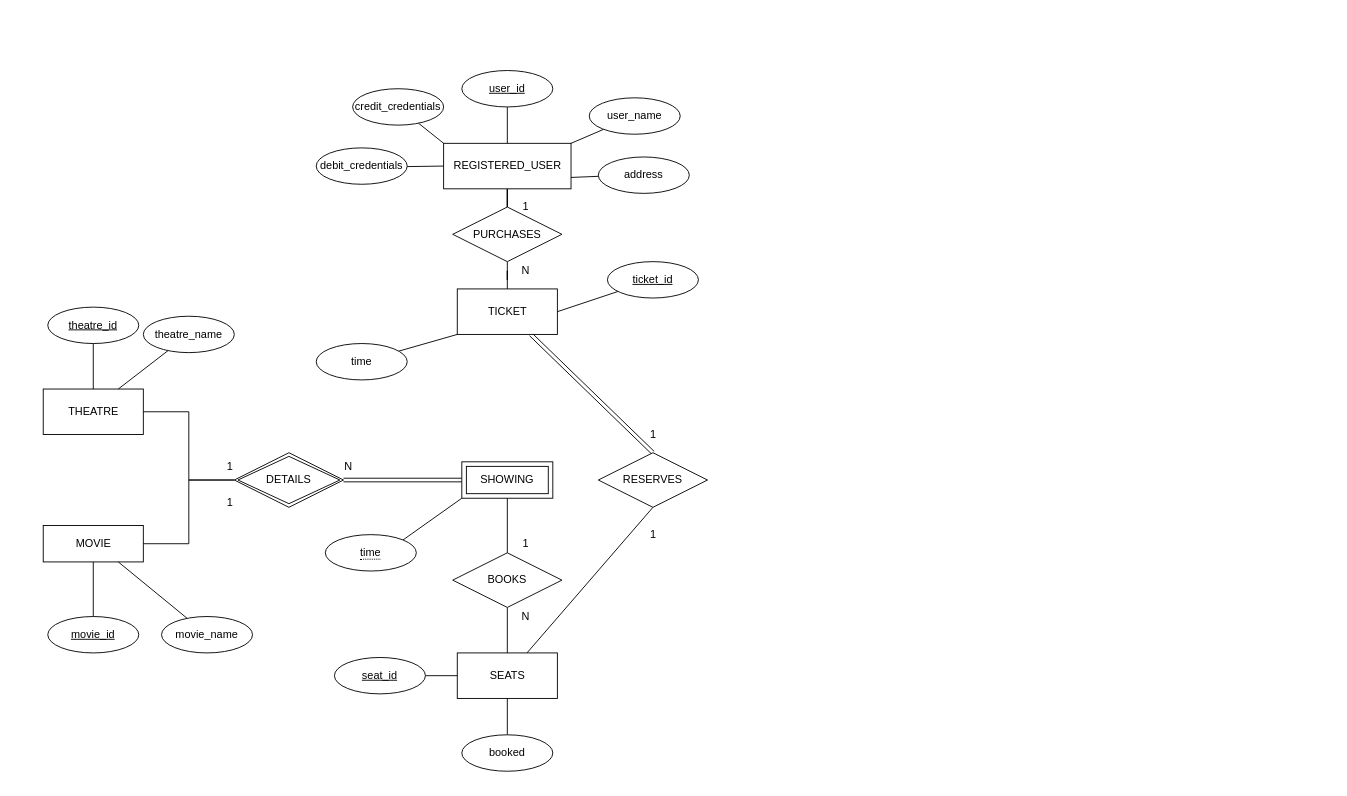
This is DesignDocuments/Diagrams/DatabaseDiagrams/EER_Theatre_Database.drawio from folkg/movie-ticket-reservation-app, a draw.io file, before an edit. Source tidied: cells renumbered, new cells numbered last; positions are measured from the earlier drawing's top-left corner, leaving out a move shared by most shapes. Both pictures are drawn from the tidied source at 91%, with x=0, y=0 at pixel (43, 70).
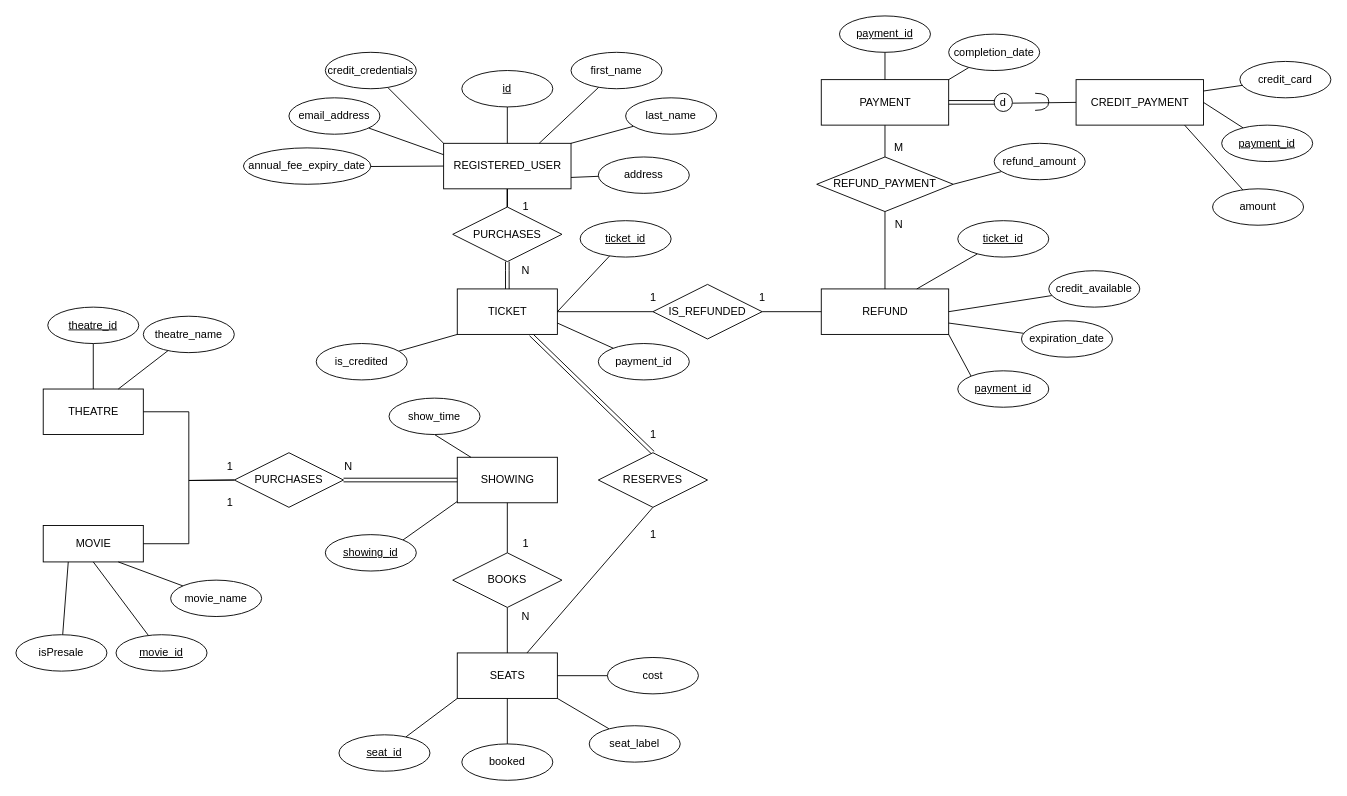
The same page after the edit.

Commit message:
Updated EER Diagram

The change refers to these unchanged cells:
```xml
<mxCell id="3" value="REGISTERED_USER" style="html=1;" parent="1" vertex="1">
  <mxGeometry x="440" y="80" width="140" height="50" as="geometry" />
</mxCell>
<mxCell id="5" value="TICKET" style="html=1;" parent="1" vertex="1">
  <mxGeometry x="455" y="240" width="110" height="50" as="geometry" />
</mxCell>
<mxCell id="7" value="PURCHASES" style="shape=rhombus;perimeter=rhombusPerimeter;whiteSpace=wrap;html=1;align=center;" parent="1" vertex="1">
  <mxGeometry x="450" y="150" width="120" height="60" as="geometry" />
</mxCell>
<mxCell id="8" value="MOVIE" style="html=1;" parent="1" vertex="1">
  <mxGeometry y="500" width="110" height="40" as="geometry" />
</mxCell>
<mxCell id="9" value="THEATRE" style="html=1;" parent="1" vertex="1">
  <mxGeometry y="350" width="110" height="50" as="geometry" />
</mxCell>
<mxCell id="45" value="SEATS" style="html=1;" parent="1" vertex="1">
  <mxGeometry x="455" y="640" width="110" height="50" as="geometry" />
</mxCell>
<mxCell id="47" value="BOOKS" style="shape=rhombus;perimeter=rhombusPerimeter;whiteSpace=wrap;html=1;align=center;" parent="1" vertex="1">
  <mxGeometry x="450" y="530" width="120" height="60" as="geometry" />
</mxCell>
```

Diff of the diagram source:
```diff
@@
-    <mxCell id="6" style="edgeStyle=orthogonalEdgeStyle;rounded=0;jettySize=auto;html=1;entryX=0.5;entryY=0;entryDx=0;entryDy=0;endArrow=none;endFill=0;" parent="1" edge="1" source="7" target="5">
+    <mxCell id="6" style="edgeStyle=orthogonalEdgeStyle;rounded=0;jettySize=auto;html=1;entryX=0.5;entryY=0;entryDx=0;entryDy=0;endArrow=none;endFill=0;shape=link;" parent="1" edge="1" source="7" target="5">
       <mxGeometry relative="1" as="geometry" />
     </mxCell>
@@
-    <mxCell id="10" style="edgeStyle=orthogonalEdgeStyle;rounded=0;jettySize=auto;html=1;entryX=1;entryY=0.5;entryDx=0;entryDy=0;endArrow=none;endFill=0;exitX=0;exitY=0.5;exitDx=0;exitDy=0;" parent="1" edge="1" source="21" target="8">
-      <mxGeometry relative="1" as="geometry" />
+    <mxCell id="10" style="edgeStyle=orthogonalEdgeStyle;rounded=0;jettySize=auto;html=1;entryX=1;entryY=0.5;entryDx=0;entryDy=0;endArrow=none;endFill=0;exitX=0;exitY=0.5;exitDx=0;exitDy=0;" parent="1" edge="1" target="8">
+      <mxGeometry relative="1" as="geometry">
+        <mxPoint x="210" y="450" as="sourcePoint" />
+      </mxGeometry>
     </mxCell>
-    <mxCell id="11" style="edgeStyle=orthogonalEdgeStyle;rounded=0;jettySize=auto;html=1;entryX=1;entryY=0.5;entryDx=0;entryDy=0;endArrow=none;endFill=0;exitX=0;exitY=0.5;exitDx=0;exitDy=0;" parent="1" edge="1" source="21" target="9">
-      <mxGeometry relative="1" as="geometry" />
+    <mxCell id="11" style="edgeStyle=orthogonalEdgeStyle;rounded=0;jettySize=auto;html=1;entryX=1;entryY=0.5;entryDx=0;entryDy=0;endArrow=none;endFill=0;exitX=0;exitY=0.5;exitDx=0;exitDy=0;" parent="1" edge="1" target="9">
+      <mxGeometry relative="1" as="geometry">
+        <mxPoint x="210" y="450" as="sourcePoint" />
+      </mxGeometry>
     </mxCell>
-    <mxCell id="12" style="edgeStyle=none;rounded=0;jettySize=auto;html=1;entryX=1;entryY=0;entryDx=0;entryDy=0;endArrow=none;endFill=0;exitX=0;exitY=1;exitDx=0;exitDy=0;" parent="1" edge="1" source="22" target="43">
-      <mxGeometry relative="1" as="geometry" />
+    <mxCell id="12" style="edgeStyle=none;rounded=0;jettySize=auto;html=1;entryX=1;entryY=0;entryDx=0;entryDy=0;endArrow=none;endFill=0;exitX=0;exitY=1;exitDx=0;exitDy=0;" parent="1" edge="1" target="43">
+      <mxGeometry relative="1" as="geometry">
+        <mxPoint x="460" y="470" as="sourcePoint" />
+      </mxGeometry>
     </mxCell>
-    <mxCell id="13" style="edgeStyle=none;rounded=0;jettySize=auto;html=1;endArrow=none;endFill=0;entryX=1;entryY=0.5;entryDx=0;entryDy=0;exitX=0;exitY=0.5;exitDx=0;exitDy=0;shape=link;" parent="1" edge="1" source="22" target="21">
-      <mxGeometry relative="1" as="geometry" />
+    <mxCell id="13" style="edgeStyle=none;rounded=0;orthogonalLoop=1;jettySize=auto;html=1;endArrow=none;endFill=0;entryX=1;entryY=0.5;entryDx=0;entryDy=0;exitX=0;exitY=0.5;exitDx=0;exitDy=0;shape=link;" parent="1" edge="1">
+      <mxGeometry relative="1" as="geometry">
+        <mxPoint x="460" y="450" as="sourcePoint" />
+        <mxPoint x="330" y="450" as="targetPoint" />
+      </mxGeometry>
     </mxCell>
@@
-    <mxCell id="15" value="time" style="ellipse;whiteSpace=wrap;html=1;align=center;" parent="1" vertex="1">
+    <mxCell id="15" value="is_credited" style="ellipse;whiteSpace=wrap;html=1;align=center;" parent="1" vertex="1">
       <mxGeometry x="300" y="300" width="100" height="40" as="geometry" />
     </mxCell>
@@
-    <mxCell id="21" value="DETAILS" style="shape=rhombus;double=1;perimeter=rhombusPerimeter;whiteSpace=wrap;html=1;align=center;" parent="1" vertex="1">
-      <mxGeometry x="210" y="420" width="120" height="60" as="geometry" />
-    </mxCell>
-    <mxCell id="22" value="SHOWING" style="shape=ext;margin=3;double=1;whiteSpace=wrap;html=1;align=center;" parent="1" vertex="1">
-      <mxGeometry x="460" y="430" width="100" height="40" as="geometry" />
-    </mxCell>
@@
     <mxCell id="24" value="&lt;u&gt;ticket_id&lt;/u&gt;" style="ellipse;whiteSpace=wrap;html=1;align=center;" parent="1" vertex="1">
-      <mxGeometry x="620" y="210" width="100" height="40" as="geometry" />
+      <mxGeometry x="590" y="165" width="100" height="40" as="geometry" />
     </mxCell>
@@
-    <mxCell id="26" value="user_name" style="ellipse;whiteSpace=wrap;html=1;align=center;" parent="1" vertex="1">
-      <mxGeometry x="600" y="30" width="100" height="40" as="geometry" />
+    <mxCell id="26" value="last_name" style="ellipse;whiteSpace=wrap;html=1;align=center;" parent="1" vertex="1">
+      <mxGeometry x="640" y="30" width="100" height="40" as="geometry" />
     </mxCell>
@@
     <mxCell id="32" value="movie_name" style="ellipse;whiteSpace=wrap;html=1;align=center;" parent="1" vertex="1">
-      <mxGeometry x="130" y="600" width="100" height="40" as="geometry" />
+      <mxGeometry x="140" y="560" width="100" height="40" as="geometry" />
     </mxCell>
@@
     <mxCell id="34" value="&lt;u&gt;movie_id&lt;/u&gt;" style="ellipse;whiteSpace=wrap;html=1;align=center;" parent="1" vertex="1">
-      <mxGeometry x="5" y="600" width="100" height="40" as="geometry" />
+      <mxGeometry x="80" y="620" width="100" height="40" as="geometry" />
     </mxCell>
@@
-    <mxCell id="36" value="&lt;u&gt;user_id&lt;/u&gt;" style="ellipse;whiteSpace=wrap;html=1;align=center;" parent="1" vertex="1">
+    <mxCell id="36" value="&lt;u&gt;id&lt;/u&gt;" style="ellipse;whiteSpace=wrap;html=1;align=center;" parent="1" vertex="1">
       <mxGeometry x="460" width="100" height="40" as="geometry" />
     </mxCell>
@@
     <mxCell id="40" value="credit_credentials" style="ellipse;whiteSpace=wrap;html=1;align=center;" parent="1" vertex="1">
-      <mxGeometry x="340" y="20" width="100" height="40" as="geometry" />
+      <mxGeometry x="310" y="-20" width="100" height="40" as="geometry" />
     </mxCell>
@@
-    <mxCell id="42" value="debit_credentials" style="ellipse;whiteSpace=wrap;html=1;align=center;" parent="1" vertex="1">
-      <mxGeometry x="300" y="85" width="100" height="40" as="geometry" />
+    <mxCell id="42" value="annual_fee_expiry_date" style="ellipse;whiteSpace=wrap;html=1;align=center;" parent="1" vertex="1">
+      <mxGeometry x="220" y="85" width="140" height="40" as="geometry" />
     </mxCell>
-    <mxCell id="43" value="&lt;span style=&quot;border-bottom: 1px dotted&quot;&gt;time&lt;/span&gt;" style="ellipse;whiteSpace=wrap;html=1;align=center;" parent="1" vertex="1">
+    <mxCell id="43" value="&lt;u&gt;showing_id&lt;/u&gt;" style="ellipse;whiteSpace=wrap;html=1;align=center;" parent="1" vertex="1">
       <mxGeometry x="310" y="510" width="100" height="40" as="geometry" />
     </mxCell>
@@
-    <mxCell id="48" style="edgeStyle=none;rounded=0;jettySize=auto;html=1;entryX=0.5;entryY=1;entryDx=0;entryDy=0;endArrow=none;endFill=0;exitX=0.5;exitY=0;exitDx=0;exitDy=0;" parent="1" edge="1" source="47" target="22">
-      <mxGeometry relative="1" as="geometry" />
+    <mxCell id="48" style="edgeStyle=none;rounded=0;jettySize=auto;html=1;entryX=0.5;entryY=1;entryDx=0;entryDy=0;endArrow=none;endFill=0;exitX=0.5;exitY=0;exitDx=0;exitDy=0;" parent="1" edge="1" source="47">
+      <mxGeometry relative="1" as="geometry">
+        <mxPoint x="510" y="470" as="targetPoint" />
+      </mxGeometry>
     </mxCell>
-    <mxCell id="49" style="edgeStyle=none;html=1;entryX=0;entryY=0.5;entryDx=0;entryDy=0;endArrow=none;endFill=0;" parent="1" edge="1" source="50" target="45">
+    <mxCell id="49" style="edgeStyle=none;html=1;entryX=0;entryY=1;entryDx=0;entryDy=0;endArrow=none;endFill=0;" parent="1" edge="1" source="50" target="45">
       <mxGeometry relative="1" as="geometry" />
     </mxCell>
     <mxCell id="50" value="&lt;u&gt;seat_id&lt;/u&gt;" style="ellipse;whiteSpace=wrap;html=1;align=center;" parent="1" vertex="1">
-      <mxGeometry x="320" y="645" width="100" height="40" as="geometry" />
+      <mxGeometry x="325" y="730" width="100" height="40" as="geometry" />
     </mxCell>
@@
     <mxCell id="52" value="booked" style="ellipse;whiteSpace=wrap;html=1;align=center;" parent="1" vertex="1">
-      <mxGeometry x="460" y="730" width="100" height="40" as="geometry" />
+      <mxGeometry x="460" y="740" width="100" height="40" as="geometry" />
     </mxCell>
@@
+    <mxCell id="58" style="edgeStyle=none;html=1;entryX=0.25;entryY=1;entryDx=0;entryDy=0;endArrow=none;endFill=0;" parent="1" edge="1" source="59" target="8">
+      <mxGeometry relative="1" as="geometry" />
+    </mxCell>
+    <mxCell id="59" value="isPresale" style="ellipse;whiteSpace=wrap;html=1;align=center;" parent="1" vertex="1">
+      <mxGeometry x="-30" y="620" width="100" height="40" as="geometry" />
+    </mxCell>
+    <mxCell id="60" style="edgeStyle=none;html=1;entryX=0.75;entryY=0;entryDx=0;entryDy=0;endArrow=none;endFill=0;" parent="1" edge="1" source="61" target="3">
+      <mxGeometry relative="1" as="geometry" />
+    </mxCell>
+    <mxCell id="61" value="first_name" style="ellipse;whiteSpace=wrap;html=1;align=center;" parent="1" vertex="1">
+      <mxGeometry x="580" y="-20" width="100" height="40" as="geometry" />
+    </mxCell>
+    <mxCell id="62" style="edgeStyle=none;html=1;entryX=0;entryY=0.25;entryDx=0;entryDy=0;endArrow=none;endFill=0;" parent="1" edge="1" source="63" target="3">
+      <mxGeometry relative="1" as="geometry" />
+    </mxCell>
+    <mxCell id="63" value="email_address" style="ellipse;whiteSpace=wrap;html=1;align=center;" parent="1" vertex="1">
+      <mxGeometry x="270" y="30" width="100" height="40" as="geometry" />
+    </mxCell>
+    <mxCell id="64" value="PURCHASES" style="shape=rhombus;perimeter=rhombusPerimeter;whiteSpace=wrap;html=1;align=center;" parent="1" vertex="1">
+      <mxGeometry x="210" y="420" width="120" height="60" as="geometry" />
+    </mxCell>
+    <mxCell id="22" value="SHOWING" style="html=1;" parent="1" vertex="1">
+      <mxGeometry x="455" y="425" width="110" height="50" as="geometry" />
+    </mxCell>
+    <mxCell id="65" style="edgeStyle=none;html=1;exitX=0.5;exitY=1;exitDx=0;exitDy=0;endArrow=none;endFill=0;" parent="1" edge="1" source="66" target="22">
+      <mxGeometry relative="1" as="geometry" />
+    </mxCell>
+    <mxCell id="66" value="show_time" style="ellipse;whiteSpace=wrap;html=1;align=center;" parent="1" vertex="1">
+      <mxGeometry x="380" y="360" width="100" height="40" as="geometry" />
+    </mxCell>
+    <mxCell id="67" style="edgeStyle=none;html=1;entryX=1;entryY=1;entryDx=0;entryDy=0;endArrow=none;endFill=0;" parent="1" edge="1" source="68" target="45">
+      <mxGeometry relative="1" as="geometry" />
+    </mxCell>
+    <mxCell id="68" value="seat_label" style="ellipse;whiteSpace=wrap;html=1;align=center;" parent="1" vertex="1">
+      <mxGeometry x="600" y="720" width="100" height="40" as="geometry" />
+    </mxCell>
+    <mxCell id="69" style="edgeStyle=none;html=1;entryX=1;entryY=0.5;entryDx=0;entryDy=0;endArrow=none;endFill=0;" parent="1" edge="1" source="70" target="45">
+      <mxGeometry relative="1" as="geometry" />
+    </mxCell>
+    <mxCell id="70" value="cost" style="ellipse;whiteSpace=wrap;html=1;align=center;" parent="1" vertex="1">
+      <mxGeometry x="620" y="645" width="100" height="40" as="geometry" />
+    </mxCell>
+    <mxCell id="71" style="edgeStyle=none;html=1;entryX=1;entryY=0.75;entryDx=0;entryDy=0;endArrow=none;endFill=0;" parent="1" edge="1" source="72" target="5">
+      <mxGeometry relative="1" as="geometry" />
+    </mxCell>
+    <mxCell id="72" value="payment_id" style="ellipse;whiteSpace=wrap;html=1;align=center;" parent="1" vertex="1">
+      <mxGeometry x="610" y="300" width="100" height="40" as="geometry" />
+    </mxCell>
+    <mxCell id="73" style="edgeStyle=none;html=1;entryX=0.5;entryY=0;entryDx=0;entryDy=0;endArrow=none;endFill=0;" parent="1" edge="1" source="74" target="91">
+      <mxGeometry relative="1" as="geometry" />
+    </mxCell>
+    <mxCell id="74" value="PAYMENT" style="html=1;" parent="1" vertex="1">
+      <mxGeometry x="855" y="10" width="140" height="50" as="geometry" />
+    </mxCell>
+    <mxCell id="75" value="REFUND" style="html=1;" parent="1" vertex="1">
+      <mxGeometry x="855" y="240" width="140" height="50" as="geometry" />
+    </mxCell>
+    <mxCell id="76" style="edgeStyle=none;html=1;endArrow=none;endFill=0;entryX=0;entryY=0;entryDx=0;entryDy=0;exitX=1;exitY=1;exitDx=0;exitDy=0;" parent="1" edge="1" source="75" target="87">
+      <mxGeometry relative="1" as="geometry" />
+    </mxCell>
+    <mxCell id="77" style="edgeStyle=none;html=1;entryX=0.5;entryY=0;entryDx=0;entryDy=0;endArrow=none;endFill=0;" parent="1" edge="1" source="78" target="74">
+      <mxGeometry relative="1" as="geometry" />
+    </mxCell>
+    <mxCell id="78" value="&lt;u&gt;payment_id&lt;/u&gt;" style="ellipse;whiteSpace=wrap;html=1;align=center;" parent="1" vertex="1">
+      <mxGeometry x="875" y="-60" width="100" height="40" as="geometry" />
+    </mxCell>
+    <mxCell id="79" style="edgeStyle=none;html=1;entryX=1;entryY=0;entryDx=0;entryDy=0;endArrow=none;endFill=0;" parent="1" edge="1" source="80" target="74">
+      <mxGeometry relative="1" as="geometry" />
+    </mxCell>
+    <mxCell id="80" value="completion_date" style="ellipse;whiteSpace=wrap;html=1;align=center;" parent="1" vertex="1">
+      <mxGeometry x="995" y="-40" width="100" height="40" as="geometry" />
+    </mxCell>
+    <mxCell id="81" style="edgeStyle=none;html=1;entryX=0.75;entryY=0;entryDx=0;entryDy=0;endArrow=none;endFill=0;" parent="1" edge="1" source="82" target="75">
+      <mxGeometry relative="1" as="geometry" />
+    </mxCell>
+    <mxCell id="82" value="&lt;u&gt;ticket_id&lt;/u&gt;" style="ellipse;whiteSpace=wrap;html=1;align=center;" parent="1" vertex="1">
+      <mxGeometry x="1005" y="165" width="100" height="40" as="geometry" />
+    </mxCell>
+    <mxCell id="83" style="edgeStyle=none;html=1;entryX=1;entryY=0.5;entryDx=0;entryDy=0;endArrow=none;endFill=0;" parent="1" edge="1" source="84" target="75">
+      <mxGeometry relative="1" as="geometry" />
+    </mxCell>
+    <mxCell id="84" value="credit_available" style="ellipse;whiteSpace=wrap;html=1;align=center;" parent="1" vertex="1">
+      <mxGeometry x="1105" y="220" width="100" height="40" as="geometry" />
+    </mxCell>
+    <mxCell id="85" style="edgeStyle=none;html=1;entryX=1;entryY=0.75;entryDx=0;entryDy=0;endArrow=none;endFill=0;" parent="1" edge="1" source="86" target="75">
+      <mxGeometry relative="1" as="geometry" />
+    </mxCell>
+    <mxCell id="86" value="expiration_date" style="ellipse;whiteSpace=wrap;html=1;align=center;" parent="1" vertex="1">
+      <mxGeometry x="1075" y="275" width="100" height="40" as="geometry" />
+    </mxCell>
+    <mxCell id="87" value="&lt;u&gt;payment_id&lt;/u&gt;" style="ellipse;whiteSpace=wrap;html=1;align=center;" parent="1" vertex="1">
+      <mxGeometry x="1005" y="330" width="100" height="40" as="geometry" />
+    </mxCell>
+    <mxCell id="88" style="edgeStyle=none;html=1;endArrow=none;endFill=0;entryX=1;entryY=0.5;entryDx=0;entryDy=0;" parent="1" edge="1" source="89" target="91">
+      <mxGeometry relative="1" as="geometry" />
+    </mxCell>
+    <mxCell id="89" value="refund_amount" style="ellipse;whiteSpace=wrap;html=1;align=center;" parent="1" vertex="1">
+      <mxGeometry x="1045" y="80" width="100" height="40" as="geometry" />
+    </mxCell>
+    <mxCell id="90" style="edgeStyle=none;html=1;endArrow=none;endFill=0;" parent="1" edge="1" source="91" target="75">
+      <mxGeometry relative="1" as="geometry" />
+    </mxCell>
+    <mxCell id="91" value="REFUND_PAYMENT" style="shape=rhombus;perimeter=rhombusPerimeter;whiteSpace=wrap;html=1;align=center;" parent="1" vertex="1">
+      <mxGeometry x="850" y="95" width="150" height="60" as="geometry" />
+    </mxCell>
+    <mxCell id="92" value="M" style="text;html=1;align=center;verticalAlign=middle;strokeColor=none;fillColor=none;" parent="1" vertex="1">
+      <mxGeometry x="925" y="75" width="30" height="20" as="geometry" />
+    </mxCell>
+    <mxCell id="93" value="N" style="text;html=1;align=center;verticalAlign=middle;strokeColor=none;fillColor=none;" parent="1" vertex="1">
+      <mxGeometry x="930" y="160" width="20" height="20" as="geometry" />
+    </mxCell>
+    <mxCell id="94" value="CREDIT_PAYMENT" style="html=1;" parent="1" vertex="1">
+      <mxGeometry x="1135" y="10" width="140" height="50" as="geometry" />
+    </mxCell>
+    <mxCell id="95" style="edgeStyle=none;html=1;entryX=1;entryY=0.5;entryDx=0;entryDy=0;endArrow=none;endFill=0;" parent="1" edge="1" source="96" target="94">
+      <mxGeometry relative="1" as="geometry" />
+    </mxCell>
+    <mxCell id="96" value="&lt;u&gt;payment_id&lt;/u&gt;" style="ellipse;whiteSpace=wrap;html=1;align=center;" parent="1" vertex="1">
+      <mxGeometry x="1295" y="60" width="100" height="40" as="geometry" />
+    </mxCell>
+    <mxCell id="97" style="edgeStyle=none;html=1;entryX=0.852;entryY=1;entryDx=0;entryDy=0;entryPerimeter=0;endArrow=none;endFill=0;" parent="1" edge="1" source="98" target="94">
+      <mxGeometry relative="1" as="geometry" />
+    </mxCell>
+    <mxCell id="98" value="amount" style="ellipse;whiteSpace=wrap;html=1;align=center;" parent="1" vertex="1">
+      <mxGeometry x="1285" y="130" width="100" height="40" as="geometry" />
+    </mxCell>
+    <mxCell id="99" style="edgeStyle=none;html=1;entryX=1;entryY=0.25;entryDx=0;entryDy=0;endArrow=none;endFill=0;" parent="1" edge="1" source="100" target="94">
+      <mxGeometry relative="1" as="geometry" />
+    </mxCell>
+    <mxCell id="100" value="credit_card" style="ellipse;whiteSpace=wrap;html=1;align=center;" parent="1" vertex="1">
+      <mxGeometry x="1315" y="-10" width="100" height="40" as="geometry" />
+    </mxCell>
+    <mxCell id="101" style="edgeStyle=none;html=1;entryX=1;entryY=0.5;entryDx=0;entryDy=0;endArrow=none;endFill=0;shape=link;" parent="1" edge="1" target="74">
+      <mxGeometry relative="1" as="geometry">
+        <mxPoint x="1045" y="35" as="sourcePoint" />
+      </mxGeometry>
+    </mxCell>
+    <mxCell id="102" style="edgeStyle=none;html=1;endArrow=none;endFill=0;" parent="1" edge="1" source="103" target="94">
+      <mxGeometry relative="1" as="geometry" />
+    </mxCell>
+    <mxCell id="103" value="d" style="ellipse;whiteSpace=wrap;html=1;" parent="1" vertex="1">
+      <mxGeometry x="1045" y="25" width="20" height="20" as="geometry" />
+    </mxCell>
+    <mxCell id="104" style="shape=requiredInterface;html=1;verticalLabelPosition=bottom;sketch=0;rotation=0;" parent="1" vertex="1">
+      <mxGeometry x="1090" y="25" width="15" height="18.8" as="geometry" />
+    </mxCell>
+    <mxCell id="105" style="edgeStyle=none;html=1;entryX=1;entryY=0.5;entryDx=0;entryDy=0;endArrow=none;endFill=0;" parent="1" edge="1" source="107" target="5">
+      <mxGeometry relative="1" as="geometry" />
+    </mxCell>
+    <mxCell id="106" style="edgeStyle=none;html=1;entryX=0;entryY=0.5;entryDx=0;entryDy=0;endArrow=none;endFill=0;" parent="1" edge="1" source="107" target="75">
+      <mxGeometry relative="1" as="geometry" />
+    </mxCell>
+    <mxCell id="107" value="IS_REFUNDED" style="shape=rhombus;perimeter=rhombusPerimeter;whiteSpace=wrap;html=1;align=center;" parent="1" vertex="1">
+      <mxGeometry x="670" y="235" width="120" height="60" as="geometry" />
+    </mxCell>
+    <mxCell id="108" value="1" style="text;html=1;align=center;verticalAlign=middle;strokeColor=none;fillColor=none;" parent="1" vertex="1">
+      <mxGeometry x="660" y="240" width="20" height="20" as="geometry" />
+    </mxCell>
+    <mxCell id="109" value="1" style="text;html=1;align=center;verticalAlign=middle;strokeColor=none;fillColor=none;" parent="1" vertex="1">
+      <mxGeometry x="780" y="240" width="20" height="20" as="geometry" />
+    </mxCell>
```
